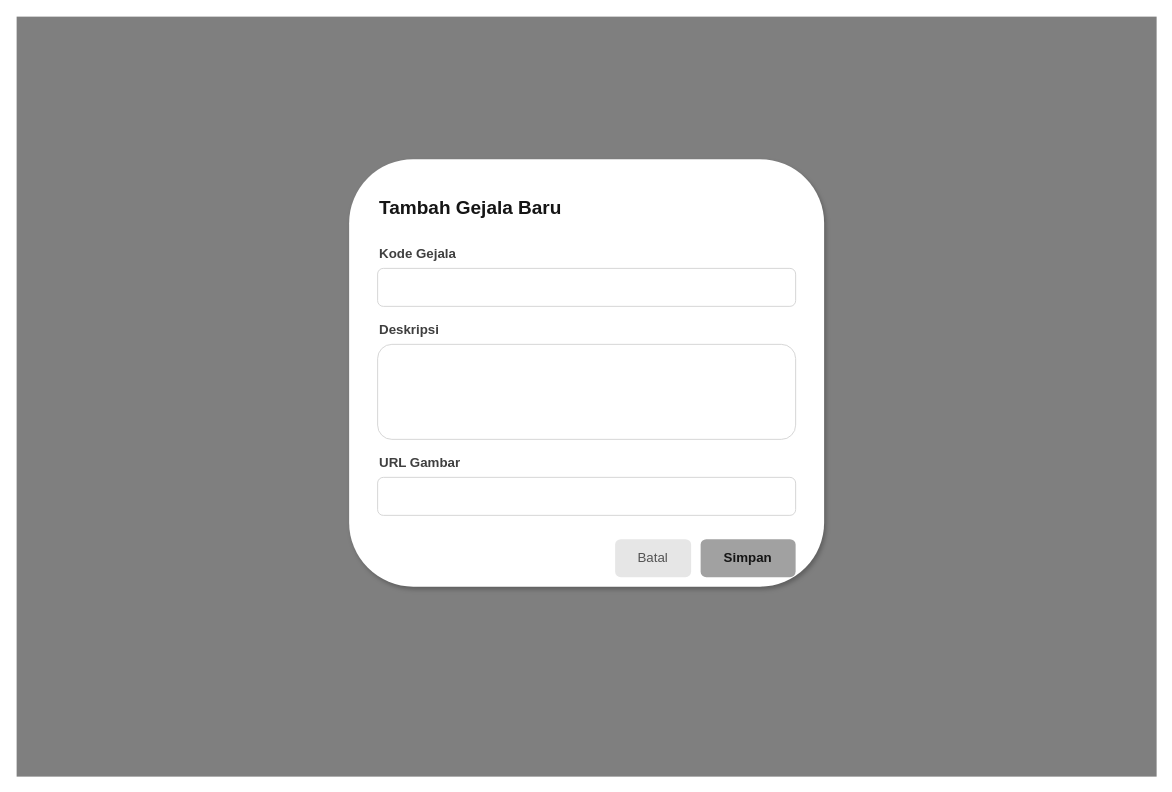
This is diagram/desain_backup/admin-tambah-gejala.drawio from RajaSunrise/kangkungku, a draw.io file, before an edit. Source tidied: cells renumbered, new cells numbered last; positions are measured from the earlier drawing's top-left corner, leaving out a move shared by most shapes. Both pictures are drawn from the tidied source at 95%, with x=0, y=0 at pixel (16, 16).
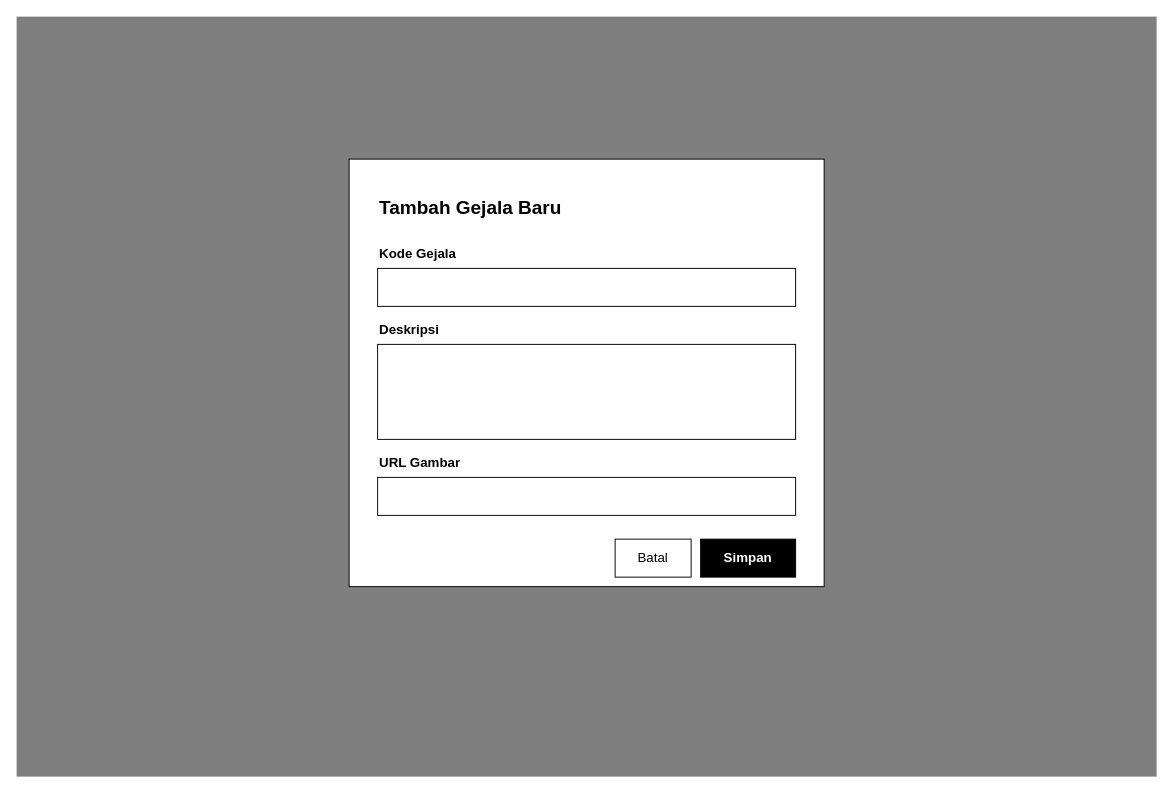
The same diagram, later.

The edit, as a diff of the source:
```diff
@@
 <mxGraphModel>
   <root>
     <mxCell id="0" />
     <mxCell id="1" parent="0" />
     <mxCell id="2" style="rounded=0;whiteSpace=wrap;html=1;fillColor=#000000;fillOpacity=50;strokeColor=none;" parent="1" vertex="1">
       <mxGeometry width="1200" height="800" as="geometry" />
     </mxCell>
-    <mxCell id="3" style="rounded=1;whiteSpace=wrap;html=1;fillColor=#FFFFFF;strokeColor=none;shadow=1;" parent="1" vertex="1">
+    <mxCell id="3" style="rounded=0;whiteSpace=wrap;html=1;fillColor=#FFFFFF;strokeColor=#000000;" parent="1" vertex="1">
       <mxGeometry x="350" y="150" width="500" height="450" as="geometry" />
     </mxCell>
-    <mxCell id="4" value="Tambah Gejala Baru" style="text;html=1;strokeColor=none;fillColor=none;align=left;verticalAlign=middle;whiteSpace=wrap;rounded=0;fontColor=#151515;fontSize=20;fontStyle=1;" parent="1" vertex="1">
+    <mxCell id="4" value="Tambah Gejala Baru" style="text;html=1;strokeColor=none;fillColor=none;align=left;verticalAlign=middle;whiteSpace=wrap;rounded=0;fontColor=#000000;fontSize=20;fontStyle=1;" parent="1" vertex="1">
       <mxGeometry x="380" y="180" width="300" height="40" as="geometry" />
     </mxCell>
-    <mxCell id="5" value="Kode Gejala" style="text;html=1;strokeColor=none;fillColor=none;align=left;verticalAlign=middle;whiteSpace=wrap;rounded=0;fontColor=#3F3F3F;fontSize=14;fontStyle=1;" parent="1" vertex="1">
+    <mxCell id="5" value="Kode Gejala" style="text;html=1;strokeColor=none;fillColor=none;align=left;verticalAlign=middle;whiteSpace=wrap;rounded=0;fontColor=#000000;fontSize=14;fontStyle=1;" parent="1" vertex="1">
       <mxGeometry x="380" y="240" width="150" height="20" as="geometry" />
     </mxCell>
-    <mxCell id="6" style="rounded=1;whiteSpace=wrap;html=1;fillColor=#FFFFFF;strokeColor=#D4D4D4;" parent="1" vertex="1">
+    <mxCell id="6" style="rounded=0;whiteSpace=wrap;html=1;fillColor=#FFFFFF;strokeColor=#000000;" parent="1" vertex="1">
       <mxGeometry x="380" y="265" width="440" height="40" as="geometry" />
     </mxCell>
-    <mxCell id="7" value="Deskripsi" style="text;html=1;strokeColor=none;fillColor=none;align=left;verticalAlign=middle;whiteSpace=wrap;rounded=0;fontColor=#3F3F3F;fontSize=14;fontStyle=1;" parent="1" vertex="1">
+    <mxCell id="7" value="Deskripsi" style="text;html=1;strokeColor=none;fillColor=none;align=left;verticalAlign=middle;whiteSpace=wrap;rounded=0;fontColor=#000000;fontSize=14;fontStyle=1;" parent="1" vertex="1">
       <mxGeometry x="380" y="320" width="150" height="20" as="geometry" />
     </mxCell>
-    <mxCell id="8" style="rounded=1;whiteSpace=wrap;html=1;fillColor=#FFFFFF;strokeColor=#D4D4D4;" parent="1" vertex="1">
+    <mxCell id="8" style="rounded=0;whiteSpace=wrap;html=1;fillColor=#FFFFFF;strokeColor=#000000;" parent="1" vertex="1">
       <mxGeometry x="380" y="345" width="440" height="100" as="geometry" />
     </mxCell>
-    <mxCell id="9" value="URL Gambar" style="text;html=1;strokeColor=none;fillColor=none;align=left;verticalAlign=middle;whiteSpace=wrap;rounded=0;fontColor=#3F3F3F;fontSize=14;fontStyle=1;" parent="1" vertex="1">
+    <mxCell id="9" value="URL Gambar" style="text;html=1;strokeColor=none;fillColor=none;align=left;verticalAlign=middle;whiteSpace=wrap;rounded=0;fontColor=#000000;fontSize=14;fontStyle=1;" parent="1" vertex="1">
       <mxGeometry x="380" y="460" width="150" height="20" as="geometry" />
     </mxCell>
-    <mxCell id="10" style="rounded=1;whiteSpace=wrap;html=1;fillColor=#FFFFFF;strokeColor=#D4D4D4;" parent="1" vertex="1">
+    <mxCell id="10" style="rounded=0;whiteSpace=wrap;html=1;fillColor=#FFFFFF;strokeColor=#000000;" parent="1" vertex="1">
       <mxGeometry x="380" y="485" width="440" height="40" as="geometry" />
     </mxCell>
-    <mxCell id="11" value="Batal" style="rounded=1;whiteSpace=wrap;html=1;fillColor=#E6E6E6;strokeColor=none;fontColor=#535353;fontSize=14;" parent="1" vertex="1">
+    <mxCell id="11" value="Batal" style="rounded=0;whiteSpace=wrap;html=1;fillColor=#FFFFFF;strokeColor=#000000;fontColor=#000000;fontSize=14;" parent="1" vertex="1">
       <mxGeometry x="630" y="550" width="80" height="40" as="geometry" />
     </mxCell>
-    <mxCell id="12" value="Simpan" style="rounded=1;whiteSpace=wrap;html=1;fillColor=#A1A1A1;strokeColor=none;fontColor=#151515;fontStyle=1;fontSize=14;" parent="1" vertex="1">
+    <mxCell id="12" value="Simpan" style="rounded=0;whiteSpace=wrap;html=1;fillColor=#000000;strokeColor=#000000;fontColor=#FFFFFF;fontStyle=1;fontSize=14;" parent="1" vertex="1">
       <mxGeometry x="720" y="550" width="100" height="40" as="geometry" />
     </mxCell>
   </root>
 </mxGraphModel>
```
